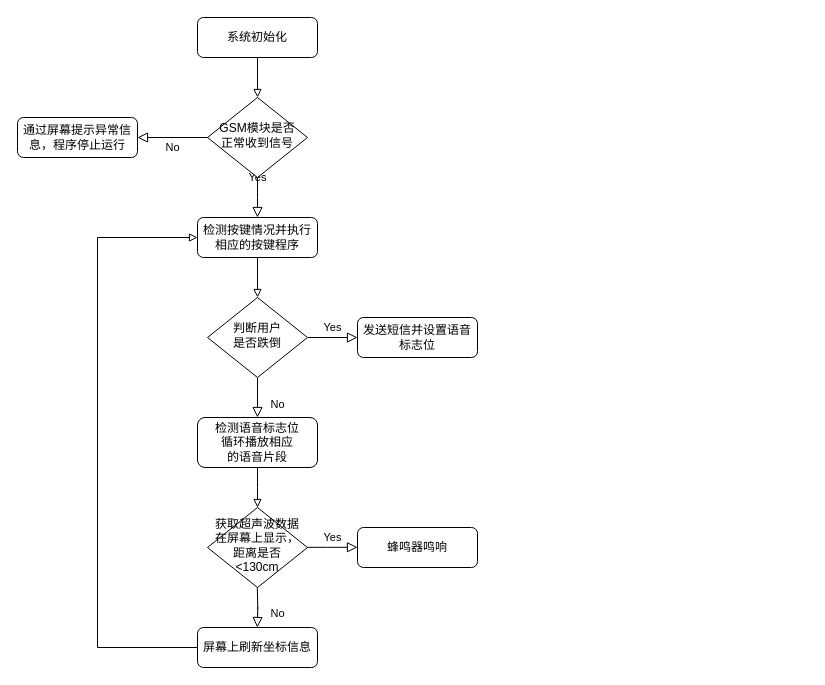
daftpumpkin/IoT.io keeps this draw.io diagram as 程序流程图.drawio. Above is the earlier version. Source tidied: cells renumbered, new cells numbered last; positions are measured from the earlier drawing's top-left corner, leaving out a move shared by most shapes. Both pictures are drawn from the tidied source at 100%, with x=0, y=0 at pixel (17, 17).
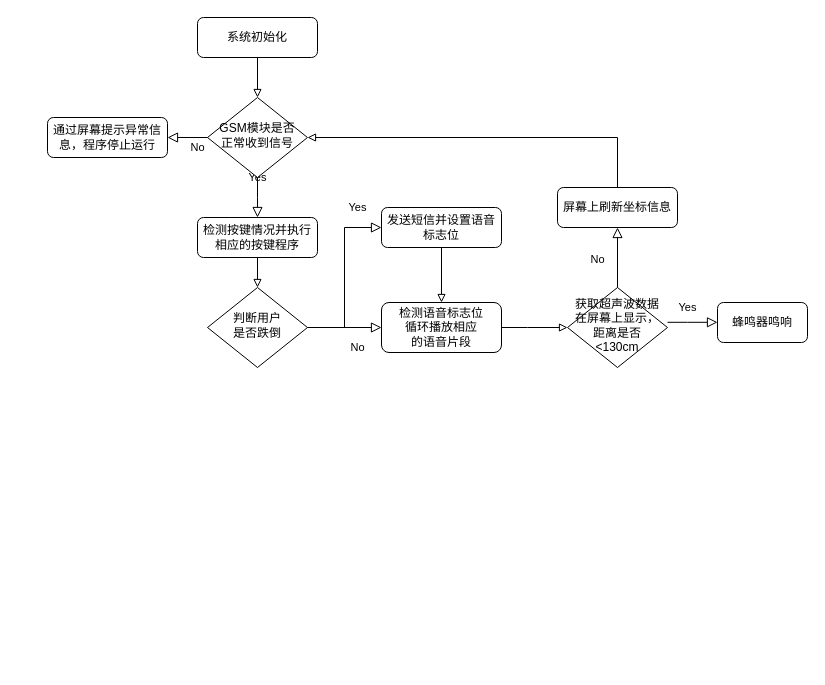
After the change.

Commit message (it also covers changes not shown here):
更新程序流程图.drawio

Unchanged cells that the change refers to:
```xml
<mxCell id="3" value="&lt;span style=&quot;font-family: 宋体;&quot;&gt;检测按键情况并执行相应的按键程序&lt;/span&gt;" style="rounded=1;whiteSpace=wrap;html=1;fontSize=12;glass=0;strokeWidth=1;shadow=0;" parent="1" vertex="1">
  <mxGeometry x="180" y="200" width="120" height="40" as="geometry" />
</mxCell>
<mxCell id="6" value="&lt;font face=&quot;宋体&quot;&gt;GSM模块是否&lt;br&gt;正常收到信号&lt;/font&gt;" style="rhombus;whiteSpace=wrap;html=1;shadow=0;fontFamily=Helvetica;fontSize=12;align=center;strokeWidth=1;spacing=6;spacingTop=-4;" parent="1" vertex="1">
  <mxGeometry x="190" y="80" width="100" height="80" as="geometry" />
</mxCell>
```

What changed in the source:
```diff
@@
     <mxCell id="5" value="No" style="edgeStyle=orthogonalEdgeStyle;rounded=0;html=1;jettySize=auto;fontSize=11;endArrow=block;endFill=0;endSize=8;strokeWidth=1;shadow=0;labelBackgroundColor=none;" parent="1" edge="1" source="6" target="7">
-      <mxGeometry y="10" relative="1" as="geometry" />
+      <mxGeometry x="-0.5" y="10" relative="1" as="geometry" />
     </mxCell>
@@
     <mxCell id="7" value="&lt;font face=&quot;宋体&quot;&gt;通过屏幕提示异常信息，程序停止运行&lt;/font&gt;" style="rounded=1;whiteSpace=wrap;html=1;fontSize=12;glass=0;strokeWidth=1;shadow=0;" parent="1" vertex="1">
-      <mxGeometry y="100" width="120" height="40" as="geometry" />
+      <mxGeometry x="30" y="100" width="120" height="40" as="geometry" />
     </mxCell>
-    <mxCell id="8" value="No" style="rounded=0;html=1;jettySize=auto;fontSize=11;endArrow=block;endFill=0;endSize=8;strokeWidth=1;shadow=0;labelBackgroundColor=none;edgeStyle=orthogonalEdgeStyle;entryX=0.5;entryY=0;entryDx=0;entryDy=0;" parent="1" edge="1" source="10" target="15">
-      <mxGeometry x="0.33" y="20" relative="1" as="geometry" />
+    <mxCell id="8" value="No" style="rounded=0;html=1;jettySize=auto;fontSize=11;endArrow=block;endFill=0;endSize=8;strokeWidth=1;shadow=0;labelBackgroundColor=none;edgeStyle=orthogonalEdgeStyle;entryX=0;entryY=0.5;entryDx=0;entryDy=0;" parent="1" edge="1" source="10" target="15">
+      <mxGeometry x="0.35" y="-20" relative="1" as="geometry" />
     </mxCell>
-    <mxCell id="9" value="Yes" style="edgeStyle=orthogonalEdgeStyle;rounded=0;html=1;jettySize=auto;fontSize=11;endArrow=block;endFill=0;endSize=8;strokeWidth=1;shadow=0;labelBackgroundColor=none;" parent="1" edge="1" source="10" target="13">
-      <mxGeometry y="10" relative="1" as="geometry" />
+    <mxCell id="9" value="Yes" style="edgeStyle=orthogonalEdgeStyle;rounded=0;html=1;jettySize=auto;fontSize=11;endArrow=block;endFill=0;endSize=8;strokeWidth=1;shadow=0;labelBackgroundColor=none;entryX=0;entryY=0.5;entryDx=0;entryDy=0;" parent="1" edge="1" source="10" target="13">
+      <mxGeometry x="0.72" y="20" relative="1" as="geometry" />
     </mxCell>
     <mxCell id="10" value="&lt;font face=&quot;宋体&quot;&gt;判断用户&lt;br&gt;是否跌倒&lt;/font&gt;" style="rhombus;whiteSpace=wrap;html=1;shadow=0;fontFamily=Helvetica;fontSize=12;align=center;strokeWidth=1;spacing=6;spacingTop=-4;" parent="1" vertex="1">
-      <mxGeometry x="190" y="280" width="100" height="80" as="geometry" />
+      <mxGeometry x="190" y="270" width="100" height="80" as="geometry" />
     </mxCell>
@@
+    <mxCell id="22" style="edgeStyle=orthogonalEdgeStyle;rounded=0;jettySize=auto;html=1;endArrow=block;endFill=0;" parent="1" edge="1" source="13" target="15">
+      <mxGeometry relative="1" as="geometry" />
+    </mxCell>
     <mxCell id="13" value="&lt;font face=&quot;宋体&quot;&gt;发送短信并设置语音标志位&lt;/font&gt;" style="rounded=1;whiteSpace=wrap;html=1;fontSize=12;glass=0;strokeWidth=1;shadow=0;" parent="1" vertex="1">
-      <mxGeometry x="340" y="300" width="120" height="40" as="geometry" />
+      <mxGeometry x="364" y="190" width="120" height="40" as="geometry" />
     </mxCell>
-    <mxCell id="14" style="edgeStyle=orthogonalEdgeStyle;rounded=0;jettySize=auto;html=1;endArrow=block;endFill=0;" parent="1" edge="1" source="15">
-      <mxGeometry relative="1" as="geometry">
-        <mxPoint x="240" y="490" as="targetPoint" />
-      </mxGeometry>
-    </mxCell>
     <mxCell id="15" value="&lt;font face=&quot;宋体&quot;&gt;检测语音标志位&lt;br&gt;循环播放相应&lt;br&gt;的语音片段&lt;/font&gt;" style="rounded=1;whiteSpace=wrap;html=1;fontSize=12;glass=0;strokeWidth=1;shadow=0;" parent="1" vertex="1">
-      <mxGeometry x="180" y="400" width="120" height="50" as="geometry" />
+      <mxGeometry x="364" y="285" width="120" height="50" as="geometry" />
     </mxCell>
     <mxCell id="16" value="&lt;span style=&quot;font-family: 宋体;&quot;&gt;获取超声波数据在屏幕上显示，距离是否&amp;lt;130cm&lt;/span&gt;" style="rhombus;whiteSpace=wrap;html=1;shadow=0;fontFamily=Helvetica;fontSize=12;align=center;strokeWidth=1;spacing=6;spacingTop=-4;" parent="1" vertex="1">
-      <mxGeometry x="190" y="490" width="100" height="80" as="geometry" />
+      <mxGeometry x="550" y="270" width="100" height="80" as="geometry" />
     </mxCell>
     <mxCell id="17" value="Yes" style="edgeStyle=orthogonalEdgeStyle;rounded=0;html=1;jettySize=auto;orthogonalLoop=1;fontSize=11;endArrow=block;endFill=0;endSize=8;strokeWidth=1;shadow=0;labelBackgroundColor=none;" parent="1" edge="1">
-      <mxGeometry y="10" relative="1" as="geometry">
-        <mxPoint x="290" y="529.8" as="sourcePoint" />
-        <mxPoint x="340" y="529.8" as="targetPoint" />
+      <mxGeometry x="-0.2" y="15" relative="1" as="geometry">
+        <mxPoint x="650" y="304.8" as="sourcePoint" />
+        <mxPoint x="700" y="304.8" as="targetPoint" />
         <Array as="points">
-          <mxPoint x="310" y="529.8" />
-          <mxPoint x="310" y="529.8" />
+          <mxPoint x="670" y="304.8" />
+          <mxPoint x="670" y="304.8" />
         </Array>
       </mxGeometry>
     </mxCell>
     <mxCell id="18" value="&lt;font face=&quot;宋体&quot;&gt;蜂鸣器鸣响&lt;/font&gt;" style="rounded=1;whiteSpace=wrap;html=1;fontSize=12;glass=0;strokeWidth=1;shadow=0;" parent="1" vertex="1">
-      <mxGeometry x="340" y="510" width="120" height="40" as="geometry" />
+      <mxGeometry x="700" y="285" width="90" height="40" as="geometry" />
     </mxCell>
+    <mxCell id="23" style="edgeStyle=orthogonalEdgeStyle;rounded=0;jettySize=auto;html=1;endArrow=block;endFill=0;entryX=1;entryY=0.5;entryDx=0;entryDy=0;" parent="1" edge="1" source="21" target="6">
+      <mxGeometry relative="1" as="geometry">
+        <Array as="points">
+          <mxPoint x="600" y="120" />
+        </Array>
+      </mxGeometry>
+    </mxCell>
+    <mxCell id="21" value="&lt;font face=&quot;宋体&quot;&gt;屏幕上刷新坐标信息&lt;/font&gt;" style="rounded=1;whiteSpace=wrap;html=1;fontSize=12;glass=0;strokeWidth=1;shadow=0;" parent="1" vertex="1">
+      <mxGeometry x="540" y="170" width="120" height="40" as="geometry" />
+    </mxCell>
+    <mxCell id="24" style="edgeStyle=orthogonalEdgeStyle;rounded=0;jettySize=auto;html=1;endArrow=block;endFill=0;entryX=0;entryY=0.5;entryDx=0;entryDy=0;exitX=1;exitY=0.5;exitDx=0;exitDy=0;" parent="1" edge="1" source="15" target="16">
+      <mxGeometry relative="1" as="geometry">
+        <Array as="points">
+          <mxPoint x="510" y="310" />
+          <mxPoint x="510" y="310" />
+        </Array>
+      </mxGeometry>
+    </mxCell>
-    <mxCell id="19" value="No" style="rounded=0;html=1;jettySize=auto;orthogonalLoop=1;fontSize=11;endArrow=block;endFill=0;endSize=8;strokeWidth=1;shadow=0;labelBackgroundColor=none;edgeStyle=orthogonalEdgeStyle;entryX=0.5;entryY=0;entryDx=0;entryDy=0;" parent="1" edge="1">
-      <mxGeometry x="0.33" y="20" relative="1" as="geometry">
-        <mxPoint x="239.8" y="570" as="sourcePoint" />
-        <mxPoint x="239.8" y="610" as="targetPoint" />
+    <mxCell id="19" value="No" style="edgeStyle=orthogonalEdgeStyle;rounded=0;html=1;jettySize=auto;fontSize=11;endArrow=block;endFill=0;endSize=8;strokeWidth=1;shadow=0;labelBackgroundColor=none;exitX=0.5;exitY=0;exitDx=0;exitDy=0;" parent="1" edge="1" source="16">
+      <mxGeometry x="-0.09" y="20" relative="1" as="geometry">
+        <mxPoint x="600" y="210" as="targetPoint" />
       </mxGeometry>
     </mxCell>
-    <mxCell id="20" style="edgeStyle=orthogonalEdgeStyle;rounded=0;jettySize=auto;html=1;endArrow=block;endFill=0;entryX=0;entryY=0.5;entryDx=0;entryDy=0;" parent="1" edge="1" source="21" target="3">
-      <mxGeometry relative="1" as="geometry">
-        <Array as="points">
-          <mxPoint x="80" y="630" />
-          <mxPoint x="80" y="220" />
-        </Array>
-      </mxGeometry>
-    </mxCell>
-    <mxCell id="21" value="&lt;font face=&quot;宋体&quot;&gt;屏幕上刷新坐标信息&lt;/font&gt;" style="rounded=1;whiteSpace=wrap;html=1;fontSize=12;glass=0;strokeWidth=1;shadow=0;" parent="1" vertex="1">
-      <mxGeometry x="180" y="610" width="120" height="40" as="geometry" />
-    </mxCell>
```
